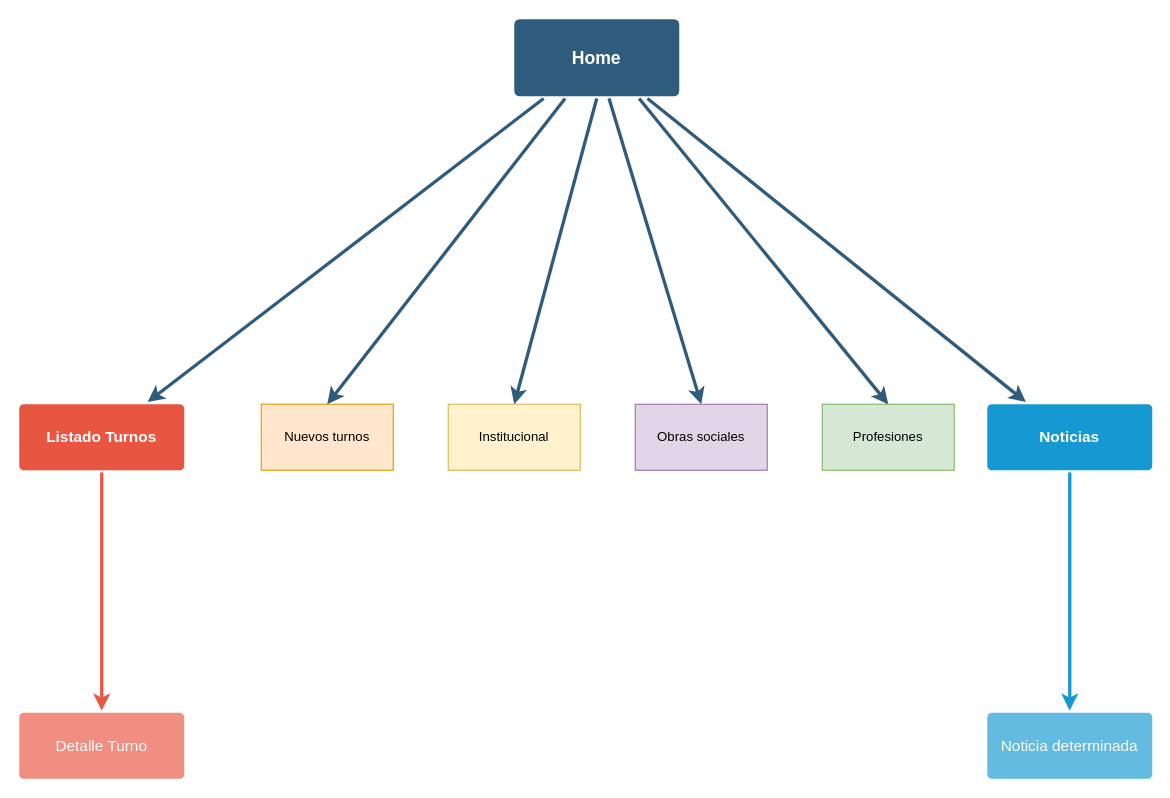
This is Árbol del sitio.drawio from NicLarUniversidad/PAW, a draw.io file, before an edit. Source tidied: cells renumbered, new cells numbered last; positions are measured from the earlier drawing's top-left corner, leaving out a move shared by most shapes. Both pictures are drawn from the tidied source at 110%, with x=0, y=0 at pixel (19, 19).
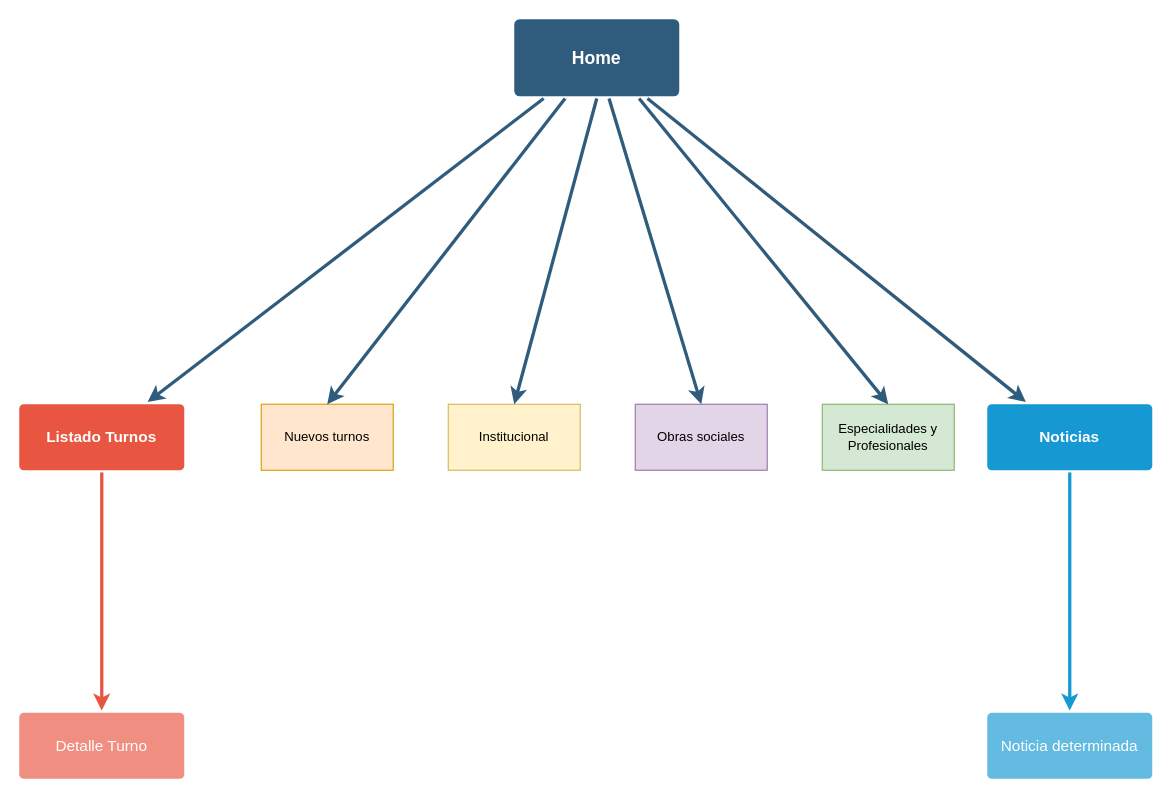
Above is the later version.

The edit, as a diff of the source:
```diff
@@
 <mxGraphModel background="#ffffff">
   <root>
     <mxCell id="0" />
     <mxCell id="1" parent="0" />
     <mxCell id="2" style="edgeStyle=none;rounded=0;jumpStyle=none;html=1;shadow=0;labelBackgroundColor=none;startArrow=none;startFill=0;endArrow=classic;endFill=1;jettySize=auto;strokeColor=#2F5B7C;strokeWidth=3;fontFamily=Helvetica;fontSize=16;fontColor=#23445D;spacing=5;" parent="1" edge="1" source="4" target="9">
       <mxGeometry relative="1" as="geometry" />
     </mxCell>
     <mxCell id="3" style="edgeStyle=none;rounded=0;jumpStyle=none;html=1;shadow=0;labelBackgroundColor=none;startArrow=none;startFill=0;endArrow=classic;endFill=1;jettySize=auto;strokeColor=#2F5B7C;strokeWidth=3;fontFamily=Helvetica;fontSize=16;fontColor=#23445D;spacing=5;" parent="1" edge="1" source="4" target="6">
       <mxGeometry relative="1" as="geometry" />
     </mxCell>
     <mxCell id="4" value="Home" style="rounded=1;whiteSpace=wrap;html=1;shadow=0;labelBackgroundColor=none;strokeColor=none;strokeWidth=3;fillColor=#2F5B7C;fontFamily=Helvetica;fontSize=16;fontColor=#FFFFFF;align=center;fontStyle=1;spacing=5;arcSize=7;perimeterSpacing=2;" parent="1" vertex="1">
       <mxGeometry x="450" width="150" height="70" as="geometry" />
     </mxCell>
     <mxCell id="5" style="edgeStyle=none;rounded=1;jumpStyle=none;html=1;shadow=0;labelBackgroundColor=none;startArrow=none;startFill=0;jettySize=auto;strokeColor=#E85642;strokeWidth=3;fontFamily=Helvetica;fontSize=14;fontColor=#FFFFFF;spacing=5;fontStyle=1;fillColor=#b0e3e6;" parent="1" edge="1" source="6" target="7">
       <mxGeometry relative="1" as="geometry" />
     </mxCell>
     <mxCell id="6" value="Listado Turnos" style="rounded=1;whiteSpace=wrap;html=1;shadow=0;labelBackgroundColor=none;strokeColor=none;strokeWidth=3;fillColor=#e85642;fontFamily=Helvetica;fontSize=14;fontColor=#FFFFFF;align=center;spacing=5;fontStyle=1;arcSize=7;perimeterSpacing=2;" parent="1" vertex="1">
       <mxGeometry y="350" width="150" height="60" as="geometry" />
     </mxCell>
     <mxCell id="7" value="Detalle Turno" style="rounded=1;whiteSpace=wrap;html=1;shadow=0;labelBackgroundColor=none;strokeColor=none;strokeWidth=3;fillColor=#f08e81;fontFamily=Helvetica;fontSize=14;fontColor=#FFFFFF;align=center;spacing=5;fontStyle=0;arcSize=7;perimeterSpacing=2;" parent="1" vertex="1">
       <mxGeometry y="630.5" width="150" height="60" as="geometry" />
     </mxCell>
     <mxCell id="8" style="edgeStyle=none;rounded=0;jumpStyle=none;html=1;shadow=0;labelBackgroundColor=none;startArrow=none;startFill=0;endArrow=classic;endFill=1;jettySize=auto;strokeColor=#1699D3;strokeWidth=3;fontFamily=Helvetica;fontSize=14;fontColor=#FFFFFF;spacing=5;" parent="1" edge="1" source="9" target="10">
       <mxGeometry relative="1" as="geometry" />
     </mxCell>
     <mxCell id="9" value="Noticias" style="rounded=1;whiteSpace=wrap;html=1;shadow=0;labelBackgroundColor=none;strokeColor=none;strokeWidth=3;fillColor=#1699d3;fontFamily=Helvetica;fontSize=14;fontColor=#FFFFFF;align=center;spacing=5;fontStyle=1;arcSize=7;perimeterSpacing=2;" parent="1" vertex="1">
       <mxGeometry x="880" y="350" width="150" height="60" as="geometry" />
     </mxCell>
     <mxCell id="10" value="Noticia determinada" style="rounded=1;whiteSpace=wrap;html=1;shadow=0;labelBackgroundColor=none;strokeColor=none;strokeWidth=3;fillColor=#64bbe2;fontFamily=Helvetica;fontSize=14;fontColor=#FFFFFF;align=center;spacing=5;arcSize=7;perimeterSpacing=2;" parent="1" vertex="1">
       <mxGeometry x="880" y="630.5" width="150" height="60" as="geometry" />
     </mxCell>
     <mxCell id="11" value="Institucional" style="rounded=0;whiteSpace=wrap;html=1;fillColor=#fff2cc;strokeColor=#d6b656;" parent="1" vertex="1">
       <mxGeometry x="390" y="350" width="120" height="60" as="geometry" />
     </mxCell>
-    <mxCell id="12" value="Profesiones" style="rounded=0;whiteSpace=wrap;html=1;fillColor=#d5e8d4;strokeColor=#82b366;" parent="1" vertex="1">
+    <mxCell id="12" value="Especialidades y Profesionales" style="rounded=0;whiteSpace=wrap;html=1;fillColor=#d5e8d4;strokeColor=#82b366;" parent="1" vertex="1">
       <mxGeometry x="730" y="350" width="120" height="60" as="geometry" />
     </mxCell>
     <mxCell id="13" value="Obras sociales" style="rounded=0;whiteSpace=wrap;html=1;fillColor=#e1d5e7;strokeColor=#9673a6;" parent="1" vertex="1">
       <mxGeometry x="560" y="350" width="120" height="60" as="geometry" />
     </mxCell>
     <mxCell id="14" value="Nuevos turnos" style="rounded=0;whiteSpace=wrap;html=1;fillColor=#ffe6cc;strokeColor=#d79b00;" parent="1" vertex="1">
       <mxGeometry x="220" y="350" width="120" height="60" as="geometry" />
     </mxCell>
     <mxCell id="15" style="edgeStyle=none;rounded=0;jumpStyle=none;html=1;shadow=0;labelBackgroundColor=none;startArrow=none;startFill=0;endArrow=classic;endFill=1;jettySize=auto;strokeColor=#2F5B7C;strokeWidth=3;fontFamily=Helvetica;fontSize=16;fontColor=#23445D;spacing=5;entryX=0.5;entryY=0;entryDx=0;entryDy=0;" parent="1" edge="1" source="4" target="14">
       <mxGeometry relative="1" as="geometry" />
     </mxCell>
     <mxCell id="16" style="edgeStyle=none;rounded=0;jumpStyle=none;html=1;shadow=0;labelBackgroundColor=none;startArrow=none;startFill=0;endArrow=classic;endFill=1;jettySize=auto;strokeColor=#2F5B7C;strokeWidth=3;fontFamily=Helvetica;fontSize=16;fontColor=#23445D;spacing=5;exitX=0.5;exitY=1;exitDx=0;exitDy=0;entryX=0.5;entryY=0;entryDx=0;entryDy=0;" parent="1" edge="1" source="4" target="11">
       <mxGeometry relative="1" as="geometry" />
     </mxCell>
     <mxCell id="17" style="edgeStyle=none;rounded=0;jumpStyle=none;html=1;shadow=0;labelBackgroundColor=none;startArrow=none;startFill=0;endArrow=classic;endFill=1;jettySize=auto;strokeColor=#2F5B7C;strokeWidth=3;fontFamily=Helvetica;fontSize=16;fontColor=#23445D;spacing=5;entryX=0.5;entryY=0;entryDx=0;entryDy=0;" parent="1" edge="1" source="4" target="13">
       <mxGeometry relative="1" as="geometry" />
     </mxCell>
     <mxCell id="18" style="edgeStyle=none;rounded=0;jumpStyle=none;html=1;shadow=0;labelBackgroundColor=none;startArrow=none;startFill=0;endArrow=classic;endFill=1;jettySize=auto;strokeColor=#2F5B7C;strokeWidth=3;fontFamily=Helvetica;fontSize=16;fontColor=#23445D;spacing=5;exitX=0.75;exitY=1;exitDx=0;exitDy=0;entryX=0.5;entryY=0;entryDx=0;entryDy=0;" parent="1" edge="1" source="4" target="12">
       <mxGeometry relative="1" as="geometry" />
     </mxCell>
   </root>
 </mxGraphModel>
```
